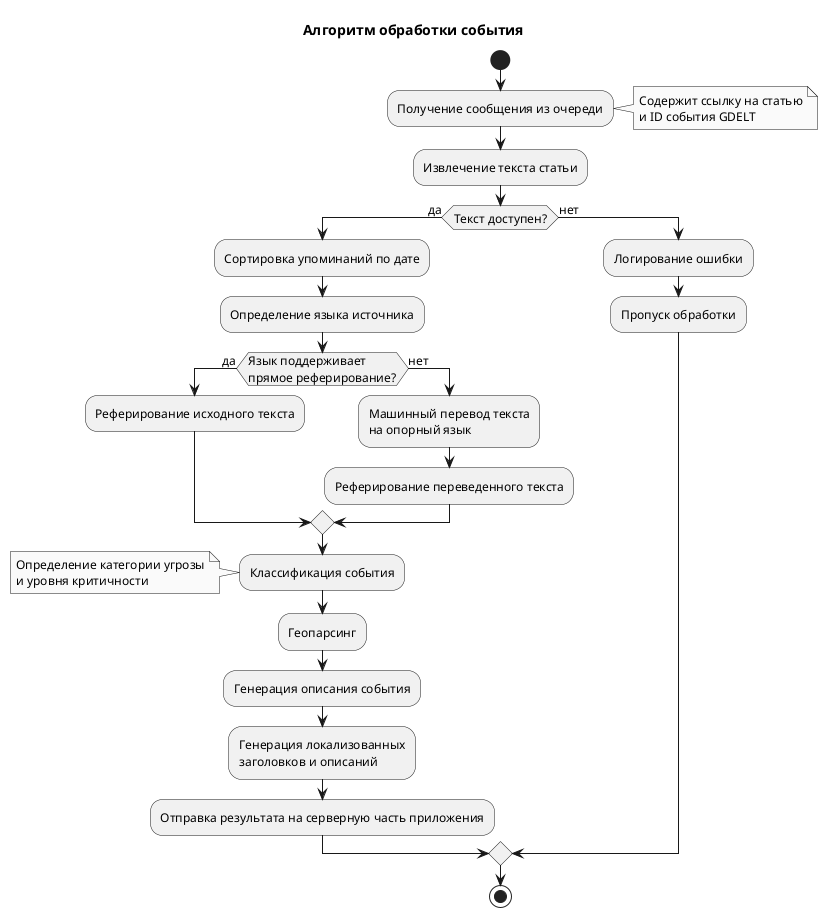
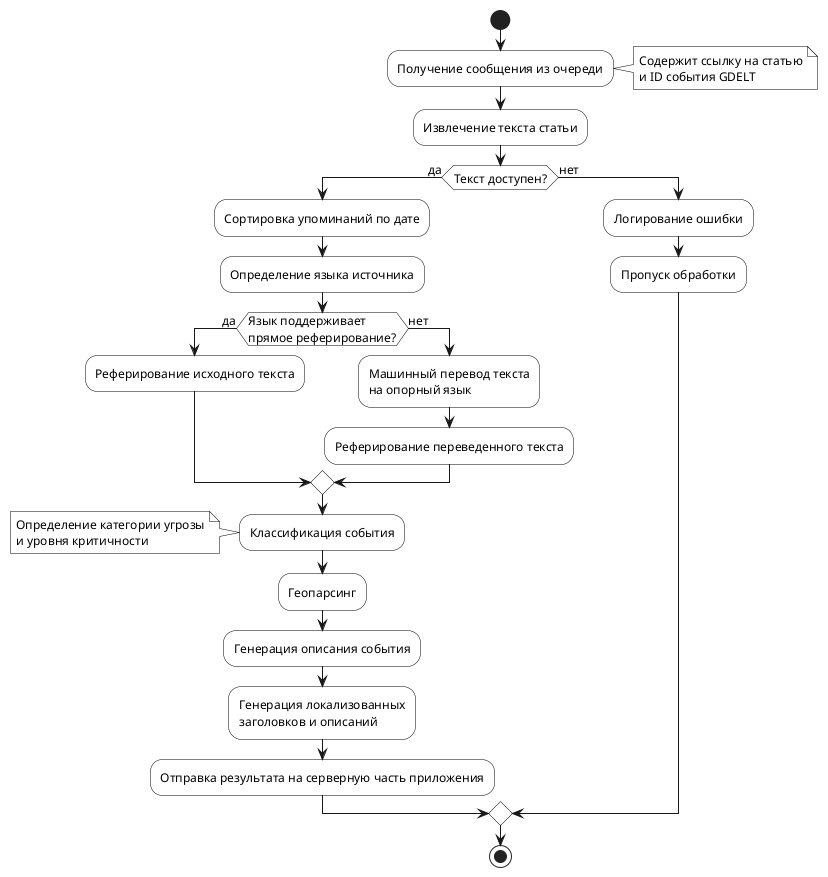
@startuml analyzer_flow
skinparam monochrome true
skinparam shadowing false
skinparam defaultFontName "Verdana"
skinparam defaultFontSize 12

- title Алгоритм обработки события
+ skinparam ActivityBackgroundColor white
+ skinparam DiamondBackgroundColor white
+ skinparam NoteBackgroundColor white
+ skinparam ActivityBorderColor black
+ skinparam DiamondBorderColor black
+ skinparam NoteBorderColor black

start

:Получение сообщения из очереди;
note right: Содержит ссылку на статью\nи ID события GDELT

:Извлечение текста статьи;
if (Текст доступен?) then (да)
  :Сортировка упоминаний по дате;
  :Определение языка источника;
  if (Язык поддерживает\nпрямое реферирование?) then (да)
    :Реферирование исходного текста;
  else (нет)
    :Машинный перевод текста\nна опорный язык;
    :Реферирование переведенного текста;
  endif
  :Классификация события;
  note left: Определение категории угрозы\nи уровня критичности

  :Геопарсинг;
  :Генерация описания события;
  :Генерация локализованных\nзаголовков и описаний;

  :Отправка результата на серверную часть приложения;
else (нет)
  :Логирование ошибки;
  :Пропуск обработки;
endif

stop
- @enduml
+ @enduml